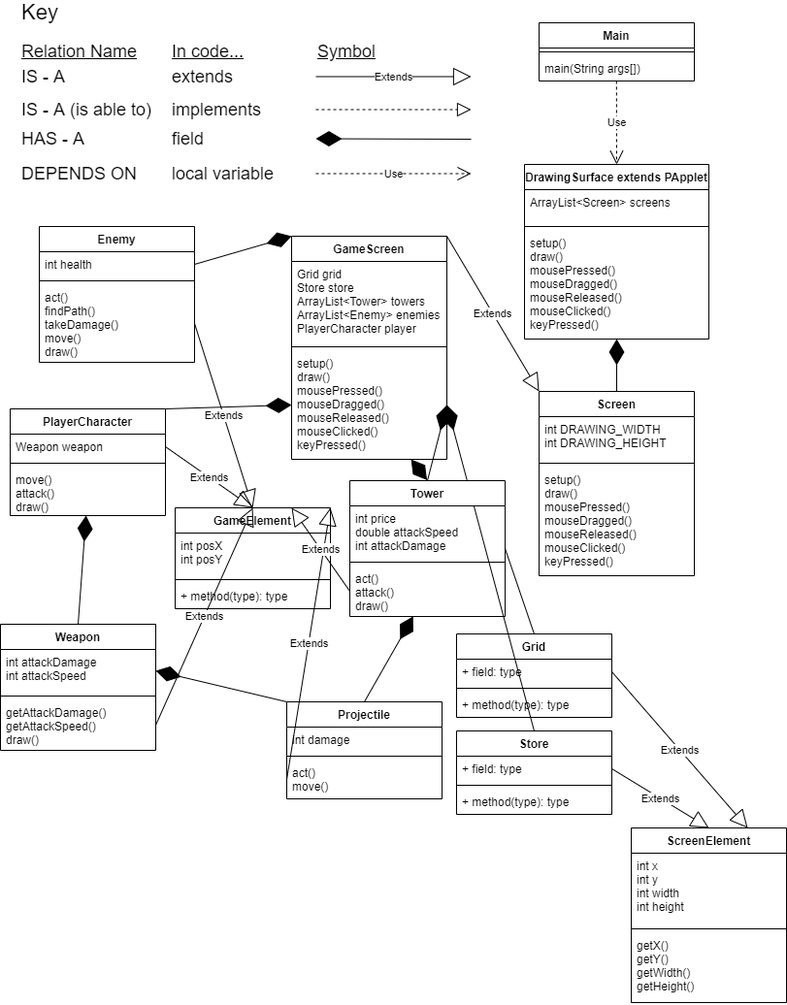
The draw.io diagram CapstoneProject/doc/UML Diagram.png in HHSAPCompSci2021/capstoneproject-capstone-antonio-justin-nightmare, before a commit. Source tidied: cells renumbered, new cells last; positions are measured from the earlier drawing's top-left corner, leaving out a move shared by most shapes.
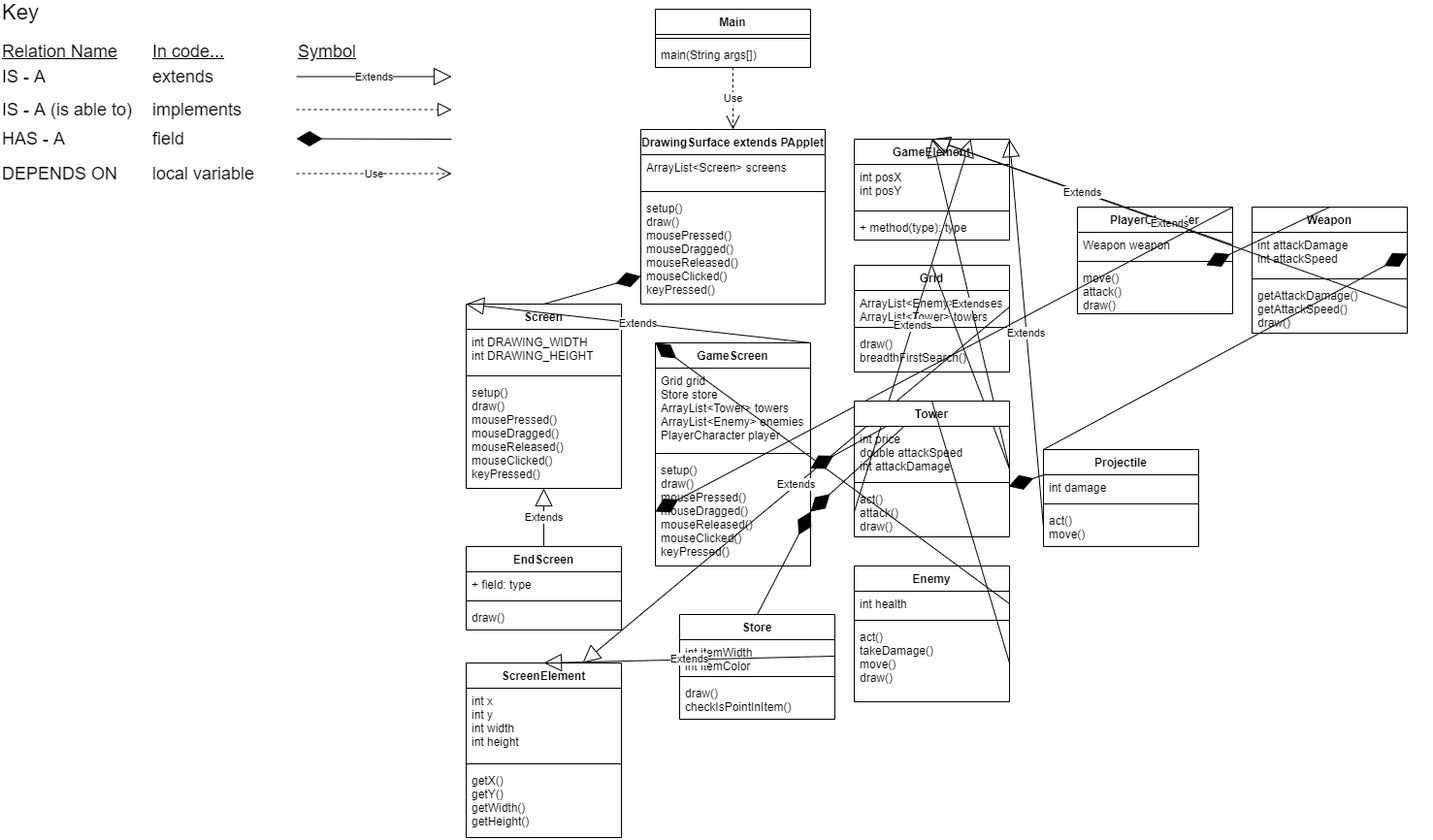
After the change.

The edit, as a diff of the source:
```diff
@@ -3,7 +3,7 @@
     <mxCell id="0" />
     <mxCell id="1" parent="0" />
     <mxCell id="2" value="Main" style="swimlane;fontStyle=1;align=center;verticalAlign=top;horizontal=1;startSize=26;" parent="1" vertex="1">
-      <mxGeometry x="555" y="20" width="160" height="60" as="geometry" />
+      <mxGeometry x="695" y="6" width="160" height="60" as="geometry" />
     </mxCell>
     <mxCell id="3" style="line;strokeWidth=1;fillColor=none;align=left;verticalAlign=middle;spacingTop=-1;spacingLeft=3;spacingRight=3;labelPosition=right;" parent="2" vertex="1">
       <mxGeometry y="26" width="160" height="8" as="geometry" />
@@ -72,7 +72,7 @@
       </mxGeometry>
     </mxCell>
     <mxCell id="21" value="Enemy" style="swimlane;fontStyle=1;align=center;verticalAlign=top;horizontal=1;startSize=26;" parent="1" vertex="1">
-      <mxGeometry x="40" y="230" width="160" height="140" as="geometry" />
+      <mxGeometry x="900" y="580" width="160" height="140" as="geometry" />
     </mxCell>
     <mxCell id="22" value="int health" style="text;strokeColor=none;fillColor=none;align=left;verticalAlign=top;spacingLeft=4;spacingRight=4;overflow=hidden;points=[[0,0.5],[1,0.5]];portConstraint=eastwest;" parent="21" vertex="1">
       <mxGeometry y="26" width="160" height="26" as="geometry" />
@@ -80,11 +80,11 @@
     <mxCell id="23" style="line;strokeWidth=1;fillColor=none;align=left;verticalAlign=middle;spacingTop=-1;spacingLeft=3;spacingRight=3;labelPosition=right;" parent="21" vertex="1">
       <mxGeometry y="52" width="160" height="8" as="geometry" />
     </mxCell>
-    <mxCell id="24" value="act()&#10;findPath()&#10;takeDamage()&#10;move()&#10;draw()" style="text;strokeColor=none;fillColor=none;align=left;verticalAlign=top;spacingLeft=4;spacingRight=4;overflow=hidden;points=[[0,0.5],[1,0.5]];portConstraint=eastwest;" parent="21" vertex="1">
+    <mxCell id="24" value="act()&#10;takeDamage()&#10;move()&#10;draw()" style="text;strokeColor=none;fillColor=none;align=left;verticalAlign=top;spacingLeft=4;spacingRight=4;overflow=hidden;points=[[0,0.5],[1,0.5]];portConstraint=eastwest;" parent="21" vertex="1">
       <mxGeometry y="60" width="160" height="80" as="geometry" />
     </mxCell>
     <mxCell id="25" value="PlayerCharacter" style="swimlane;fontStyle=1;align=center;verticalAlign=top;horizontal=1;startSize=26;" parent="1" vertex="1">
-      <mxGeometry x="10" y="418" width="160" height="110" as="geometry" />
+      <mxGeometry x="1130" y="210" width="160" height="110" as="geometry" />
     </mxCell>
     <mxCell id="26" value="Weapon weapon" style="text;strokeColor=none;fillColor=none;align=left;verticalAlign=top;spacingLeft=4;spacingRight=4;overflow=hidden;points=[[0,0.5],[1,0.5]];portConstraint=eastwest;" parent="25" vertex="1">
       <mxGeometry y="26" width="160" height="26" as="geometry" />
@@ -96,7 +96,7 @@
       <mxGeometry y="60" width="160" height="50" as="geometry" />
     </mxCell>
     <mxCell id="29" value="Screen" style="swimlane;fontStyle=1;align=center;verticalAlign=top;horizontal=1;startSize=26;" parent="1" vertex="1">
-      <mxGeometry x="555" y="400" width="160" height="190" as="geometry" />
+      <mxGeometry x="500" y="310" width="160" height="190" as="geometry" />
     </mxCell>
     <mxCell id="30" value="int DRAWING_WIDTH&#10;int DRAWING_HEIGHT" style="text;strokeColor=none;fillColor=none;align=left;verticalAlign=top;spacingLeft=4;spacingRight=4;overflow=hidden;" parent="29" vertex="1">
       <mxGeometry y="26" width="160" height="44" as="geometry" />
@@ -108,7 +108,7 @@
       <mxGeometry y="78" width="160" height="112" as="geometry" />
     </mxCell>
     <mxCell id="33" value="GameScreen" style="swimlane;fontStyle=1;align=center;verticalAlign=top;horizontal=1;startSize=26;" parent="1" vertex="1">
-      <mxGeometry x="300" y="240" width="160" height="230" as="geometry" />
+      <mxGeometry x="695" y="350" width="160" height="230" as="geometry" />
     </mxCell>
     <mxCell id="34" value="Grid grid&#10;Store store&#10;ArrayList&lt;Tower&gt; towers&#10;ArrayList&lt;Enemy&gt; enemies&#10;PlayerCharacter player" style="text;strokeColor=none;fillColor=none;align=left;verticalAlign=top;spacingLeft=4;spacingRight=4;overflow=hidden;" parent="33" vertex="1">
       <mxGeometry y="26" width="160" height="84" as="geometry" />
@@ -120,7 +120,7 @@
       <mxGeometry y="118" width="160" height="112" as="geometry" />
     </mxCell>
     <mxCell id="37" value="DrawingSurface extends PApplet" style="swimlane;fontStyle=1;align=center;verticalAlign=top;horizontal=1;startSize=26;" parent="1" vertex="1">
-      <mxGeometry x="540" y="166" width="190" height="180" as="geometry" />
+      <mxGeometry x="680" y="130" width="190" height="180" as="geometry" />
     </mxCell>
     <mxCell id="38" value="ArrayList&lt;Screen&gt; screens" style="text;strokeColor=none;fillColor=none;align=left;verticalAlign=top;spacingLeft=4;spacingRight=4;overflow=hidden;" parent="37" vertex="1">
       <mxGeometry y="26" width="190" height="34" as="geometry" />
@@ -150,7 +150,7 @@
       <mxGeometry relative="1" as="geometry" />
     </mxCell>
     <mxCell id="47" value="Weapon" style="swimlane;fontStyle=1;align=center;verticalAlign=top;horizontal=1;startSize=26;" parent="1" vertex="1">
-      <mxGeometry y="640" width="160" height="130" as="geometry" />
+      <mxGeometry x="1310" y="210" width="160" height="130" as="geometry" />
     </mxCell>
     <mxCell id="48" value="int attackDamage&#10;int attackSpeed&#10;" style="text;strokeColor=none;fillColor=none;align=left;verticalAlign=top;spacingLeft=4;spacingRight=4;overflow=hidden;points=[[0,0.5],[1,0.5]];portConstraint=eastwest;" parent="47" vertex="1">
       <mxGeometry y="26" width="160" height="44" as="geometry" />
@@ -171,7 +171,7 @@
       <mxGeometry relative="1" as="geometry" />
     </mxCell>
     <mxCell id="54" value="Projectile" style="swimlane;fontStyle=1;align=center;verticalAlign=top;horizontal=1;startSize=26;" parent="1" vertex="1">
-      <mxGeometry x="295" y="720" width="160" height="100" as="geometry" />
+      <mxGeometry x="1095" y="460" width="160" height="100" as="geometry" />
     </mxCell>
     <mxCell id="55" value="int damage" style="text;strokeColor=none;fillColor=none;align=left;verticalAlign=top;spacingLeft=4;spacingRight=4;overflow=hidden;" parent="54" vertex="1">
       <mxGeometry y="26" width="160" height="26" as="geometry" />
@@ -183,7 +183,7 @@
       <mxGeometry y="60" width="160" height="40" as="geometry" />
     </mxCell>
     <mxCell id="58" value="ScreenElement" style="swimlane;fontStyle=1;align=center;verticalAlign=top;horizontal=1;startSize=26;" parent="1" vertex="1">
-      <mxGeometry x="650" y="850" width="160" height="180" as="geometry" />
+      <mxGeometry x="500" y="680" width="160" height="180" as="geometry" />
     </mxCell>
     <mxCell id="59" value="int x&#10;int y&#10;int width&#10;int height" style="text;strokeColor=none;fillColor=none;align=left;verticalAlign=top;spacingLeft=4;spacingRight=4;overflow=hidden;" parent="58" vertex="1">
       <mxGeometry y="26" width="160" height="74" as="geometry" />
@@ -195,31 +195,31 @@
       <mxGeometry y="108" width="160" height="72" as="geometry" />
     </mxCell>
     <mxCell id="62" value="Grid" style="swimlane;fontStyle=1;align=center;verticalAlign=top;horizontal=1;startSize=26;" parent="1" vertex="1">
-      <mxGeometry x="470" y="650" width="160" height="86" as="geometry" />
+      <mxGeometry x="900" y="270" width="160" height="110" as="geometry" />
     </mxCell>
-    <mxCell id="63" value="+ field: type" style="text;strokeColor=none;fillColor=none;align=left;verticalAlign=top;spacingLeft=4;spacingRight=4;overflow=hidden;points=[[0,0.5],[1,0.5]];portConstraint=eastwest;" parent="62" vertex="1">
-      <mxGeometry y="26" width="160" height="26" as="geometry" />
+    <mxCell id="63" value="ArrayList&lt;Enemy&gt; enemies&#10;ArrayList&lt;Tower&gt; towers" style="text;strokeColor=none;fillColor=none;align=left;verticalAlign=top;spacingLeft=4;spacingRight=4;overflow=hidden;points=[[0,0.5],[1,0.5]];portConstraint=eastwest;" parent="62" vertex="1">
+      <mxGeometry y="26" width="160" height="34" as="geometry" />
     </mxCell>
     <mxCell id="64" style="line;strokeWidth=1;fillColor=none;align=left;verticalAlign=middle;spacingTop=-1;spacingLeft=3;spacingRight=3;labelPosition=right;" parent="62" vertex="1">
-      <mxGeometry y="52" width="160" height="8" as="geometry" />
+      <mxGeometry y="60" width="160" height="8" as="geometry" />
     </mxCell>
-    <mxCell id="65" value="+ method(type): type" style="text;strokeColor=none;fillColor=none;align=left;verticalAlign=top;spacingLeft=4;spacingRight=4;overflow=hidden;" parent="62" vertex="1">
-      <mxGeometry y="60" width="160" height="26" as="geometry" />
+    <mxCell id="65" value="draw()&#10;breadthFirstSearch()" style="text;strokeColor=none;fillColor=none;align=left;verticalAlign=top;spacingLeft=4;spacingRight=4;overflow=hidden;" parent="62" vertex="1">
+      <mxGeometry y="68" width="160" height="42" as="geometry" />
     </mxCell>
     <mxCell id="66" value="Store" style="swimlane;fontStyle=1;align=center;verticalAlign=top;horizontal=1;startSize=26;" parent="1" vertex="1">
-      <mxGeometry x="470" y="750" width="160" height="86" as="geometry" />
+      <mxGeometry x="720" y="630" width="160" height="108" as="geometry" />
     </mxCell>
-    <mxCell id="67" value="+ field: type" style="text;strokeColor=none;fillColor=none;align=left;verticalAlign=top;spacingLeft=4;spacingRight=4;overflow=hidden;points=[[0,0.5],[1,0.5]];portConstraint=eastwest;" parent="66" vertex="1">
-      <mxGeometry y="26" width="160" height="26" as="geometry" />
+    <mxCell id="67" value="int itemWidth&#10;int itemColor" style="text;strokeColor=none;fillColor=none;align=left;verticalAlign=top;spacingLeft=4;spacingRight=4;overflow=hidden;points=[[0,0.5],[1,0.5]];portConstraint=eastwest;" parent="66" vertex="1">
+      <mxGeometry y="26" width="160" height="34" as="geometry" />
     </mxCell>
     <mxCell id="68" style="line;strokeWidth=1;fillColor=none;align=left;verticalAlign=middle;spacingTop=-1;spacingLeft=3;spacingRight=3;labelPosition=right;" parent="66" vertex="1">
-      <mxGeometry y="52" width="160" height="8" as="geometry" />
+      <mxGeometry y="60" width="160" height="8" as="geometry" />
     </mxCell>
-    <mxCell id="69" value="+ method(type): type" style="text;strokeColor=none;fillColor=none;align=left;verticalAlign=top;spacingLeft=4;spacingRight=4;overflow=hidden;" parent="66" vertex="1">
-      <mxGeometry y="60" width="160" height="26" as="geometry" />
+    <mxCell id="69" value="draw()&#10;checkIsPointInItem()" style="text;strokeColor=none;fillColor=none;align=left;verticalAlign=top;spacingLeft=4;spacingRight=4;overflow=hidden;" parent="66" vertex="1">
+      <mxGeometry y="68" width="160" height="40" as="geometry" />
     </mxCell>
     <mxCell id="70" value="GameElement" style="swimlane;fontStyle=1;align=center;verticalAlign=top;horizontal=1;startSize=26;" parent="1" vertex="1">
-      <mxGeometry x="180" y="520" width="160" height="104" as="geometry" />
+      <mxGeometry x="900" y="140" width="160" height="104" as="geometry" />
     </mxCell>
     <mxCell id="71" value="int posX&#10;int posY" style="text;strokeColor=none;fillColor=none;align=left;verticalAlign=top;spacingLeft=4;spacingRight=4;overflow=hidden;" parent="70" vertex="1">
       <mxGeometry y="26" width="160" height="44" as="geometry" />
@@ -254,11 +254,26 @@
     <mxCell id="81" value="Extends" style="endArrow=block;endSize=16;endFill=0;html=1;rounded=0;exitX=1;exitY=0.5;exitDx=0;exitDy=0;entryX=0.5;entryY=0;entryDx=0;entryDy=0;" parent="1" edge="1" source="26" target="70">
       <mxGeometry relative="1" as="geometry" />
     </mxCell>
-    <mxCell id="82" value="Extends" style="endArrow=block;endSize=16;endFill=0;html=1;rounded=0;exitX=1;exitY=0.5;exitDx=0;exitDy=0;entryX=0.5;entryY=0;entryDx=0;entryDy=0;" parent="1" edge="1" source="24" target="70">
+    <mxCell id="82" value="Extends" style="endArrow=block;endSize=16;endFill=0;html=1;rounded=0;exitX=1;exitY=0.5;exitDx=0;exitDy=0;entryX=0.5;entryY=0;entryDx=0;entryDy=0;startArrow=none;" parent="1" edge="1" source="83" target="70">
       <mxGeometry relative="1" as="geometry" />
     </mxCell>
+    <mxCell id="87" style="endArrow=none;endFill=1;endSize=24;html=1;rounded=0;entryX=1;entryY=0.5;entryDx=0;entryDy=0;exitX=0.5;exitY=0;exitDx=0;exitDy=0;" parent="1" edge="1" source="62" target="83">
+      <mxGeometry relative="1" as="geometry" />
+    </mxCell>
+    <mxCell id="88" value="EndScreen" style="swimlane;fontStyle=1;align=center;verticalAlign=top;horizontal=1;startSize=26;" parent="1" vertex="1">
+      <mxGeometry x="500" y="560" width="160" height="86" as="geometry" />
+    </mxCell>
+    <mxCell id="89" value="+ field: type" style="text;strokeColor=none;fillColor=none;align=left;verticalAlign=top;spacingLeft=4;spacingRight=4;overflow=hidden;" parent="88" vertex="1">
+      <mxGeometry y="26" width="160" height="26" as="geometry" />
+    </mxCell>
+    <mxCell id="90" style="line;strokeWidth=1;fillColor=none;align=left;verticalAlign=middle;spacingTop=-1;spacingLeft=3;spacingRight=3;labelPosition=right;" parent="88" vertex="1">
+      <mxGeometry y="52" width="160" height="8" as="geometry" />
+    </mxCell>
+    <mxCell id="91" value="draw()" style="text;strokeColor=none;fillColor=none;align=left;verticalAlign=top;spacingLeft=4;spacingRight=4;overflow=hidden;" parent="88" vertex="1">
+      <mxGeometry y="60" width="160" height="26" as="geometry" />
+    </mxCell>
     <mxCell id="83" value="Tower" style="swimlane;fontStyle=1;align=center;verticalAlign=top;horizontal=1;startSize=26;" parent="1" vertex="1">
-      <mxGeometry x="360" y="492" width="160" height="140" as="geometry" />
+      <mxGeometry x="900" y="410" width="160" height="140" as="geometry" />
     </mxCell>
     <mxCell id="84" value="int price&#10;double attackSpeed&#10;int attackDamage" style="text;strokeColor=none;fillColor=none;align=left;verticalAlign=top;spacingLeft=4;spacingRight=4;overflow=hidden;" parent="83" vertex="1">
       <mxGeometry y="26" width="160" height="54" as="geometry" />
@@ -269,8 +284,11 @@
     <mxCell id="86" value="act()&#10;attack()&#10;draw()" style="text;strokeColor=none;fillColor=none;align=left;verticalAlign=top;spacingLeft=4;spacingRight=4;overflow=hidden;points=[[0,0.5],[1,0.5]];portConstraint=eastwest;" parent="83" vertex="1">
       <mxGeometry y="88" width="160" height="52" as="geometry" />
     </mxCell>
-    <mxCell id="87" style="endArrow=none;endFill=1;endSize=24;html=1;rounded=0;entryX=1;entryY=0.5;entryDx=0;entryDy=0;exitX=0.5;exitY=0;exitDx=0;exitDy=0;" parent="1" edge="1" source="62" target="83">
-      <mxGeometry relative="1" as="geometry" />
-    </mxCell>
+    <mxCell id="92" style="endArrow=none;endSize=16;endFill=0;html=1;rounded=0;exitX=1;exitY=0.5;exitDx=0;exitDy=0;entryX=0.5;entryY=0;entryDx=0;entryDy=0;" parent="1" edge="1" source="24" target="83">
+      <mxGeometry relative="1" as="geometry" />
+    </mxCell>
+    <mxCell id="93" value="Extends" style="endArrow=block;endSize=16;endFill=0;html=1;rounded=0;exitX=0.5;exitY=0;exitDx=0;exitDy=0;" parent="1" edge="1" source="88" target="32">
+      <mxGeometry relative="1" as="geometry" />
+    </mxCell>
   </root>
 </mxGraphModel>
```
